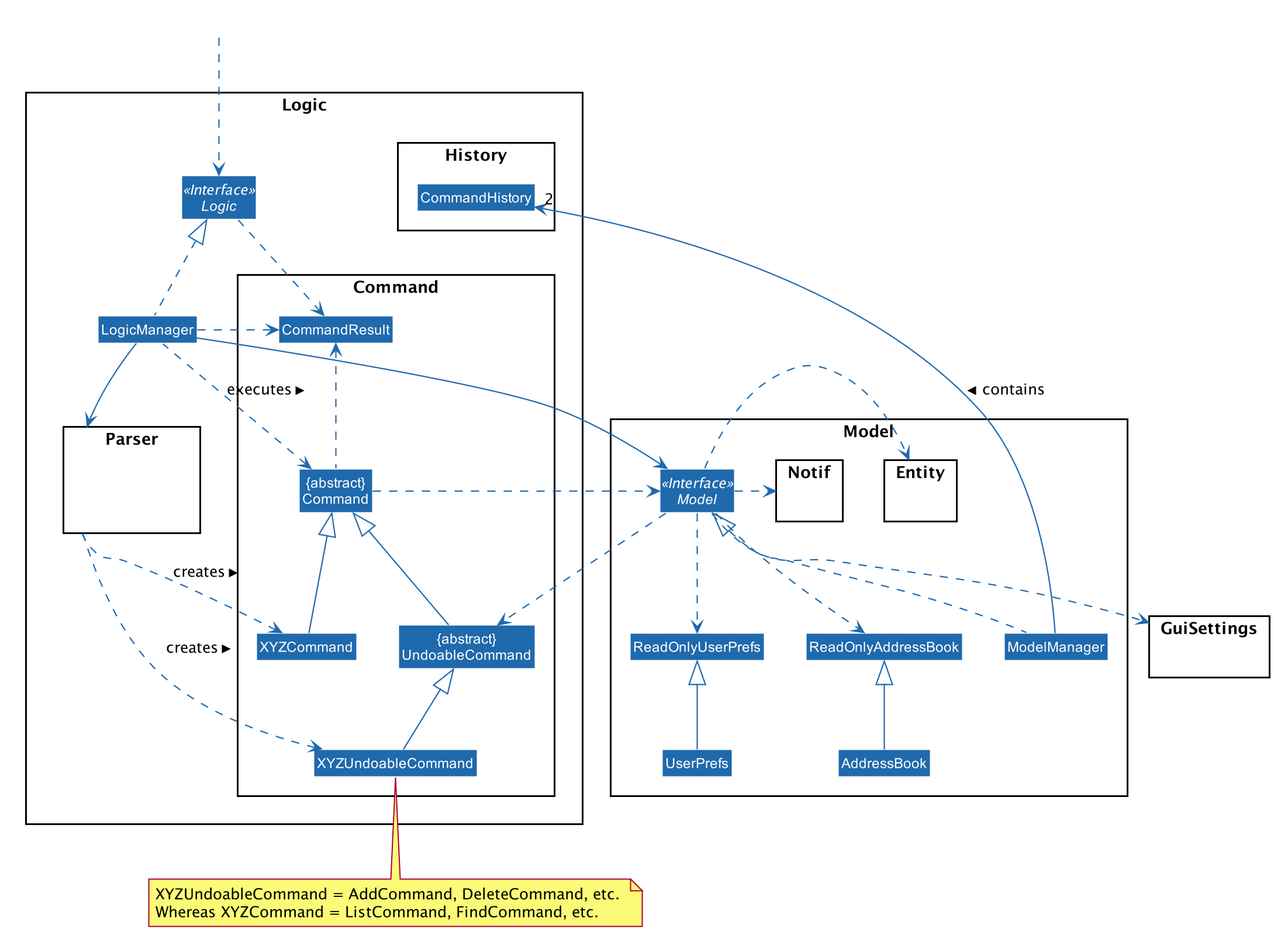
The PlantUML diagram images/UndoClassDiagram.png in AY1920S1-CS2103T-T13-2/main, before a commit.
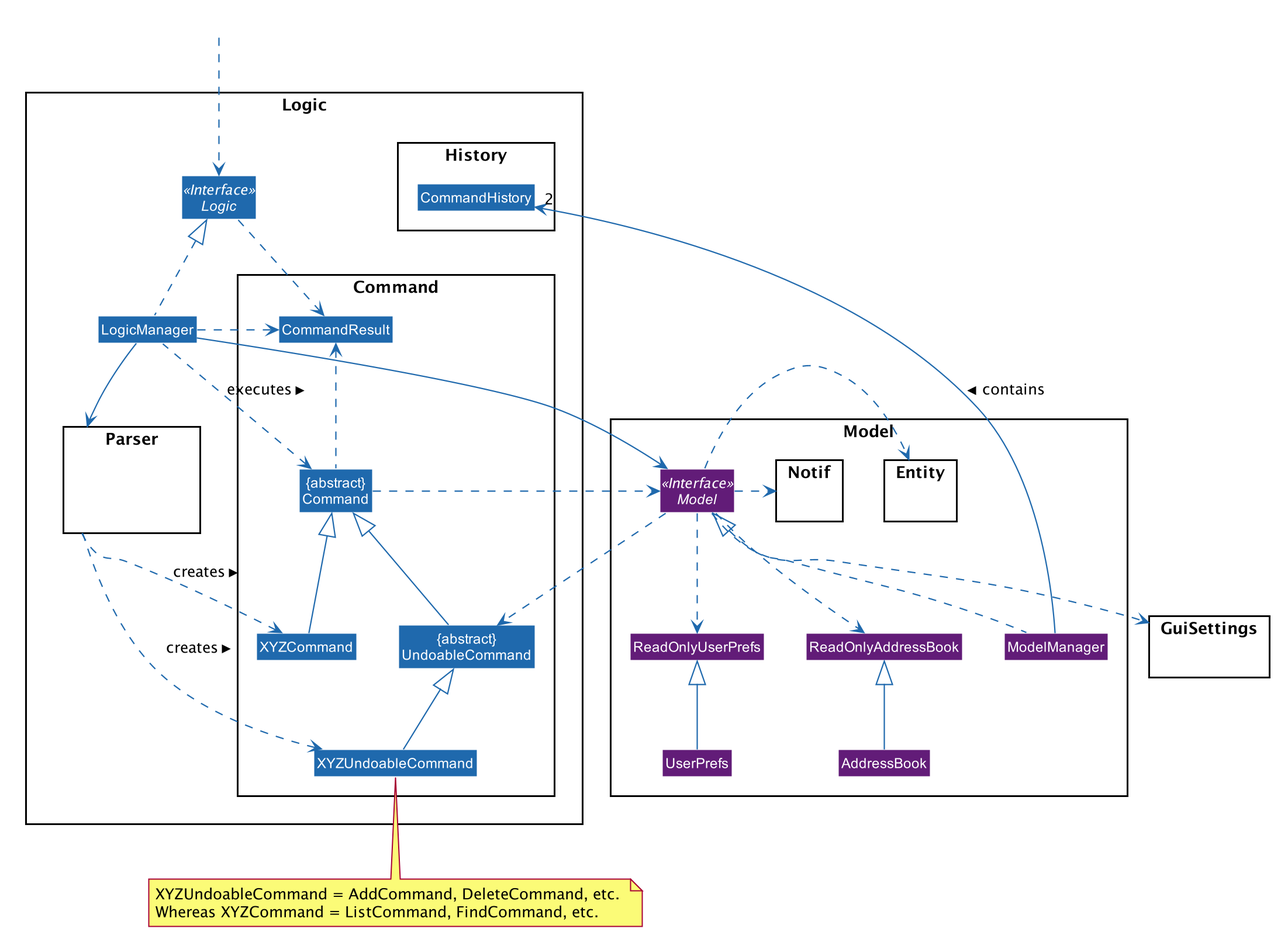
The same file after the commit.

Change to the diagram source:
```diff
@@ -85,12 +85,12 @@
 package Notif {
 }
 
-Interface Model <<Interface>>
-Class AddressBook
-Class ReadOnlyAddressBook
-Class ModelManager
-Class UserPrefs
-Class ReadOnlyUserPrefs
+Interface Model <<Interface>> #621c78
+Class AddressBook #621c78
+Class ReadOnlyAddressBook #621c78
+Class ModelManager #621c78
+Class UserPrefs #621c78
+Class ReadOnlyUserPrefs #621c78
 
 }
 
```
